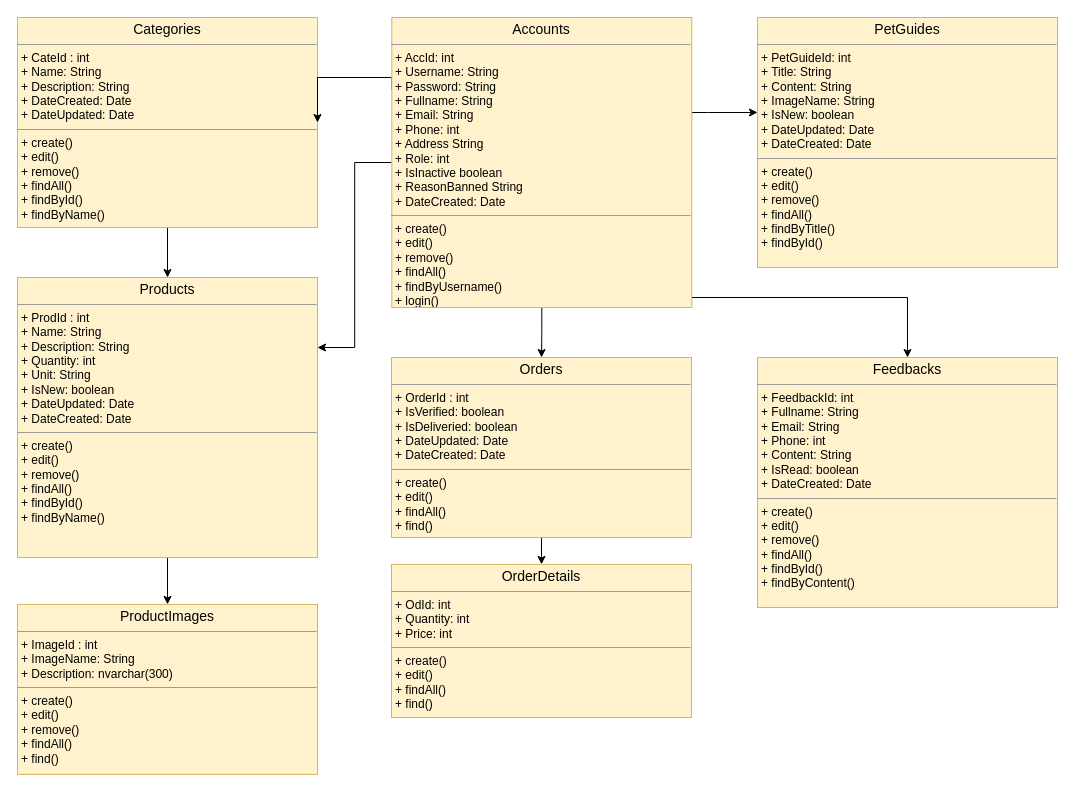
duyphuong403/PetCare keeps this draw.io diagram as page "Class Diagram" (4 of 6) of Documents/Diagrams/Overrall-Design.drawio. Above is the earlier version. Source tidied: cells renumbered, new cells numbered last; positions are measured from the earlier drawing's top-left corner, leaving out a move shared by most shapes. Both pictures are drawn from the tidied source at 100%, with x=0, y=0 at pixel (17, 17).
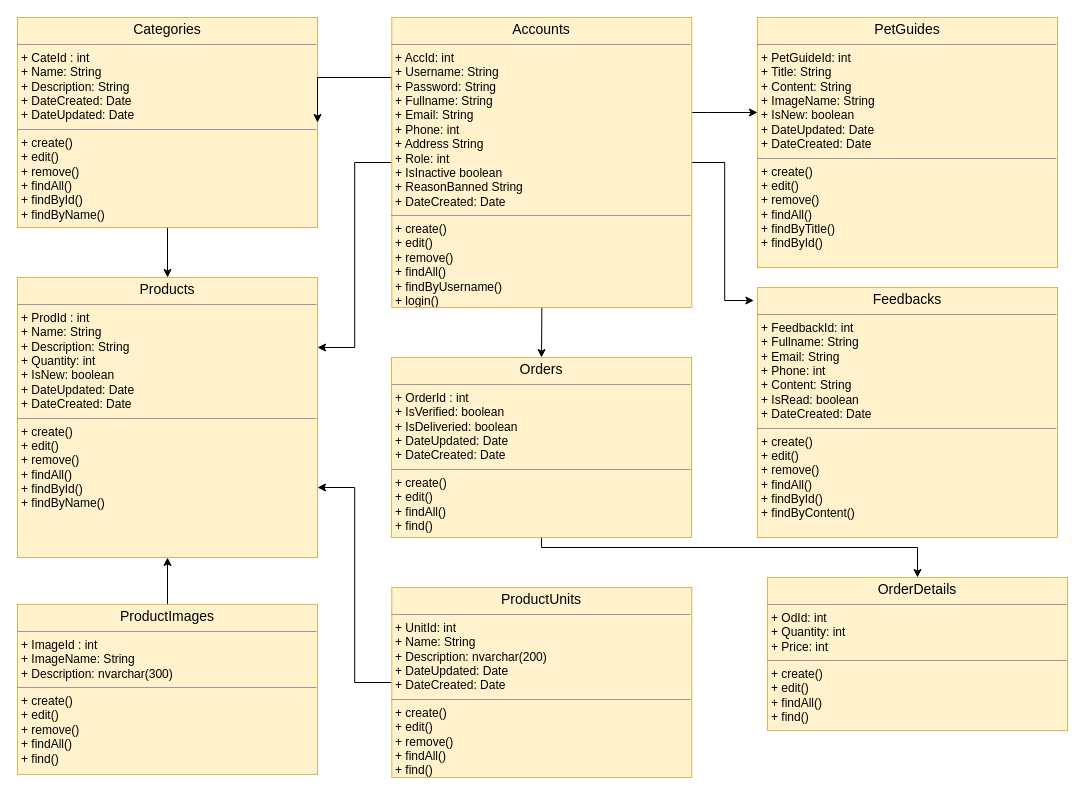
After the change.

The change refers to these unchanged cells:
```xml
<mxCell id="2" value="&lt;p style=&quot;margin: 0px ; margin-top: 4px ; text-align: center&quot;&gt;&lt;span style=&quot;font-size: 14px&quot;&gt;ProductImages&lt;/span&gt;&lt;br&gt;&lt;/p&gt;&lt;hr size=&quot;1&quot;&gt;&lt;p style=&quot;margin: 0px ; margin-left: 4px&quot;&gt;+ ImageId : int&lt;br&gt;+ ImageName: String&lt;/p&gt;&lt;p style=&quot;margin: 0px ; margin-left: 4px&quot;&gt;+ Description: nvarchar(300)&lt;/p&gt;&lt;hr size=&quot;1&quot;&gt;&lt;p style=&quot;margin: 0px 0px 0px 4px&quot;&gt;+ create()&lt;/p&gt;&lt;p style=&quot;margin: 0px 0px 0px 4px&quot;&gt;+ edit()&lt;/p&gt;&lt;p style=&quot;margin: 0px 0px 0px 4px&quot;&gt;+ remove()&lt;/p&gt;&lt;p style=&quot;margin: 0px 0px 0px 4px&quot;&gt;+ findAll()&lt;/p&gt;&lt;p style=&quot;margin: 0px 0px 0px 4px&quot;&gt;+ find()&lt;/p&gt;" style="verticalAlign=top;align=left;overflow=fill;fontSize=12;fontFamily=Helvetica;html=1;fillColor=#fff2cc;strokeColor=#d6b656;gradientDirection=north;" parent="1" vertex="1">
  <mxGeometry y="586.9" width="300" height="170" as="geometry" />
</mxCell>
<mxCell id="5" value="&lt;p style=&quot;margin: 0px ; margin-top: 4px ; text-align: center&quot;&gt;&lt;span style=&quot;font-size: 14px&quot;&gt;Orders&lt;/span&gt;&lt;br&gt;&lt;/p&gt;&lt;hr size=&quot;1&quot;&gt;&lt;p style=&quot;margin: 0px ; margin-left: 4px&quot;&gt;+ OrderId : int&lt;br&gt;&lt;/p&gt;&lt;p style=&quot;margin: 0px ; margin-left: 4px&quot;&gt;+ IsVerified: boolean&lt;/p&gt;&lt;p style=&quot;margin: 0px 0px 0px 4px&quot;&gt;+ IsDeliveried: boolean&lt;/p&gt;&lt;p style=&quot;margin: 0px 0px 0px 4px&quot;&gt;+ DateUpdated: Date&lt;/p&gt;&lt;p style=&quot;margin: 0px ; margin-left: 4px&quot;&gt;+ DateCreated: Date&lt;br&gt;&lt;/p&gt;&lt;hr size=&quot;1&quot;&gt;&lt;p style=&quot;margin: 0px 0px 0px 4px&quot;&gt;+ create()&lt;/p&gt;&lt;p style=&quot;margin: 0px 0px 0px 4px&quot;&gt;+ edit()&lt;/p&gt;&lt;p style=&quot;margin: 0px 0px 0px 4px&quot;&gt;+ findAll()&lt;/p&gt;&lt;p style=&quot;margin: 0px 0px 0px 4px&quot;&gt;+ find()&lt;/p&gt;" style="verticalAlign=top;align=left;overflow=fill;fontSize=12;fontFamily=Helvetica;html=1;fillColor=#fff2cc;strokeColor=#d6b656;gradientDirection=north;" parent="1" vertex="1">
  <mxGeometry x="374" y="340" width="300" height="180" as="geometry" />
</mxCell>
<mxCell id="13" value="&lt;p style=&quot;margin: 0px ; margin-top: 4px ; text-align: center&quot;&gt;&lt;span style=&quot;font-size: 14px&quot;&gt;Accounts&lt;/span&gt;&lt;/p&gt;&lt;hr size=&quot;1&quot;&gt;&lt;p style=&quot;margin: 0px ; margin-left: 4px&quot;&gt;+ AccId: int&lt;br&gt;+ Username: String&lt;/p&gt;&lt;p style=&quot;margin: 0px ; margin-left: 4px&quot;&gt;+ Password: String&lt;/p&gt;&lt;p style=&quot;margin: 0px ; margin-left: 4px&quot;&gt;+ Fullname: String&lt;/p&gt;&lt;p style=&quot;margin: 0px ; margin-left: 4px&quot;&gt;+ Email: String&lt;/p&gt;&lt;p style=&quot;margin: 0px ; margin-left: 4px&quot;&gt;+ Phone: int&lt;/p&gt;&lt;p style=&quot;margin: 0px ; margin-left: 4px&quot;&gt;+ Address String&lt;/p&gt;&lt;p style=&quot;margin: 0px ; margin-left: 4px&quot;&gt;+ Role: int&lt;/p&gt;&lt;p style=&quot;margin: 0px ; margin-left: 4px&quot;&gt;+ IsInactive boolean&lt;/p&gt;&lt;p style=&quot;margin: 0px ; margin-left: 4px&quot;&gt;+ ReasonBanned String&lt;/p&gt;&lt;p style=&quot;margin: 0px ; margin-left: 4px&quot;&gt;+ DateCreated: Date&lt;br&gt;&lt;/p&gt;&lt;hr size=&quot;1&quot;&gt;&lt;p style=&quot;margin: 0px ; margin-left: 4px&quot;&gt;+ create()&lt;/p&gt;&lt;p style=&quot;margin: 0px ; margin-left: 4px&quot;&gt;+ edit()&lt;/p&gt;&lt;p style=&quot;margin: 0px ; margin-left: 4px&quot;&gt;+ remove()&lt;/p&gt;&lt;p style=&quot;margin: 0px ; margin-left: 4px&quot;&gt;+ findAll()&lt;/p&gt;&lt;p style=&quot;margin: 0px ; margin-left: 4px&quot;&gt;+ findByUsername()&lt;/p&gt;&lt;p style=&quot;margin: 0px ; margin-left: 4px&quot;&gt;+ login()&lt;/p&gt;" style="verticalAlign=top;align=left;overflow=fill;fontSize=12;fontFamily=Helvetica;html=1;fillColor=#fff2cc;strokeColor=#d6b656;gradientDirection=north;" parent="1" vertex="1">
  <mxGeometry x="374.3" width="300" height="290" as="geometry" />
</mxCell>
```

What changed in the source:
```diff
@@
+    <mxCell id="18" style="edgeStyle=orthogonalEdgeStyle;rounded=0;jettySize=auto;html=1;entryX=0.5;entryY=1;entryDx=0;entryDy=0;" parent="1" edge="1" source="2" target="15">
+      <mxGeometry relative="1" as="geometry" />
+    </mxCell>
@@
     <mxCell id="3" value="&lt;p style=&quot;margin: 0px ; margin-top: 4px ; text-align: center&quot;&gt;&lt;span style=&quot;font-size: 14px&quot;&gt;OrderDetails&lt;/span&gt;&lt;/p&gt;&lt;hr size=&quot;1&quot;&gt;&lt;p style=&quot;margin: 0px ; margin-left: 4px&quot;&gt;+ OdId: int&lt;br&gt;+ Quantity: int&lt;/p&gt;&lt;p style=&quot;margin: 0px ; margin-left: 4px&quot;&gt;+ Price: int&lt;/p&gt;&lt;hr size=&quot;1&quot;&gt;&lt;p style=&quot;margin: 0px 0px 0px 4px&quot;&gt;+ create()&lt;/p&gt;&lt;p style=&quot;margin: 0px 0px 0px 4px&quot;&gt;+ edit()&lt;/p&gt;&lt;p style=&quot;margin: 0px 0px 0px 4px&quot;&gt;&lt;span&gt;+ findAll()&lt;/span&gt;&lt;br&gt;&lt;/p&gt;&lt;p style=&quot;margin: 0px 0px 0px 4px&quot;&gt;+ find()&lt;/p&gt;" style="verticalAlign=top;align=left;overflow=fill;fontSize=12;fontFamily=Helvetica;html=1;fillColor=#fff2cc;strokeColor=#d6b656;gradientDirection=north;" parent="1" vertex="1">
-      <mxGeometry x="374" y="546.9" width="300" height="153.1" as="geometry" />
+      <mxGeometry x="750" y="560" width="300" height="153.1" as="geometry" />
     </mxCell>
     <mxCell id="4" style="edgeStyle=orthogonalEdgeStyle;rounded=0;jettySize=auto;html=1;entryX=0.5;entryY=0;entryDx=0;entryDy=0;" parent="1" edge="1" source="5" target="3">
-      <mxGeometry relative="1" as="geometry" />
+      <mxGeometry relative="1" as="geometry">
+        <Array as="points">
+          <mxPoint x="524" y="530" />
+          <mxPoint x="900" y="530" />
+        </Array>
+      </mxGeometry>
     </mxCell>
@@
-    <mxCell id="10" style="edgeStyle=orthogonalEdgeStyle;rounded=0;jettySize=auto;html=1;entryX=0.5;entryY=0;entryDx=0;entryDy=0;" parent="1" edge="1" source="13" target="16">
-      <mxGeometry relative="1" as="geometry">
-        <Array as="points">
-          <mxPoint x="890" y="280" />
-        </Array>
-      </mxGeometry>
-    </mxCell>
     <mxCell id="11" style="edgeStyle=orthogonalEdgeStyle;rounded=0;jettySize=auto;html=1;entryX=0.5;entryY=0;entryDx=0;entryDy=0;" parent="1" edge="1" source="13" target="5">
-      <mxGeometry relative="1" as="geometry" />
+      <mxGeometry relative="1" as="geometry">
+        <Array as="points">
+          <mxPoint x="524" y="300" />
+          <mxPoint x="524" y="300" />
+        </Array>
+      </mxGeometry>
     </mxCell>
@@
+    <mxCell id="10" style="edgeStyle=orthogonalEdgeStyle;rounded=0;jettySize=auto;html=1;entryX=-0.012;entryY=0.052;entryDx=0;entryDy=0;entryPerimeter=0;" parent="1" edge="1" source="13" target="16">
+      <mxGeometry relative="1" as="geometry" />
+    </mxCell>
@@
-    <mxCell id="14" style="edgeStyle=orthogonalEdgeStyle;rounded=0;jettySize=auto;html=1;entryX=0.5;entryY=0;entryDx=0;entryDy=0;" parent="1" edge="1" source="15" target="2">
-      <mxGeometry relative="1" as="geometry" />
-    </mxCell>
-    <mxCell id="15" value="&lt;p style=&quot;margin: 0px ; margin-top: 4px ; text-align: center&quot;&gt;&lt;span style=&quot;font-size: 14px&quot;&gt;Products&lt;/span&gt;&lt;br&gt;&lt;/p&gt;&lt;hr size=&quot;1&quot;&gt;&lt;p style=&quot;margin: 0px ; margin-left: 4px&quot;&gt;+ ProdId : int&lt;br&gt;+ Name: String&lt;/p&gt;&lt;p style=&quot;margin: 0px ; margin-left: 4px&quot;&gt;+ Description: String&lt;/p&gt;&lt;p style=&quot;margin: 0px ; margin-left: 4px&quot;&gt;+ Quantity: int&lt;/p&gt;&lt;p style=&quot;margin: 0px ; margin-left: 4px&quot;&gt;+ Unit: String&lt;/p&gt;&lt;p style=&quot;margin: 0px ; margin-left: 4px&quot;&gt;+ IsNew: boolean&lt;/p&gt;&lt;p style=&quot;margin: 0px 0px 0px 4px&quot;&gt;&lt;span&gt;+ DateUpdated: Date&lt;/span&gt;&lt;/p&gt;&lt;p style=&quot;margin: 0px 0px 0px 4px&quot;&gt;&lt;span&gt;+ DateCreated: Date&lt;/span&gt;&lt;/p&gt;&lt;hr size=&quot;1&quot;&gt;&lt;p style=&quot;margin: 0px 0px 0px 4px&quot;&gt;+ create()&lt;/p&gt;&lt;p style=&quot;margin: 0px 0px 0px 4px&quot;&gt;+ edit()&lt;/p&gt;&lt;p style=&quot;margin: 0px 0px 0px 4px&quot;&gt;+ remove()&lt;/p&gt;&lt;p style=&quot;margin: 0px 0px 0px 4px&quot;&gt;+ findAll()&lt;/p&gt;&lt;p style=&quot;margin: 0px 0px 0px 4px&quot;&gt;+ findById()&lt;/p&gt;&lt;p style=&quot;margin: 0px 0px 0px 4px&quot;&gt;+ findByName()&lt;/p&gt;" style="verticalAlign=top;align=left;overflow=fill;fontSize=12;fontFamily=Helvetica;html=1;fillColor=#fff2cc;strokeColor=#d6b656;gradientDirection=north;" parent="1" vertex="1">
+    <mxCell id="15" value="&lt;p style=&quot;margin: 0px ; margin-top: 4px ; text-align: center&quot;&gt;&lt;span style=&quot;font-size: 14px&quot;&gt;Products&lt;/span&gt;&lt;br&gt;&lt;/p&gt;&lt;hr size=&quot;1&quot;&gt;&lt;p style=&quot;margin: 0px ; margin-left: 4px&quot;&gt;+ ProdId : int&lt;br&gt;+ Name: String&lt;/p&gt;&lt;p style=&quot;margin: 0px ; margin-left: 4px&quot;&gt;+ Description: String&lt;/p&gt;&lt;p style=&quot;margin: 0px ; margin-left: 4px&quot;&gt;+ Quantity: int&lt;/p&gt;&lt;p style=&quot;margin: 0px ; margin-left: 4px&quot;&gt;+ IsNew: boolean&lt;/p&gt;&lt;p style=&quot;margin: 0px 0px 0px 4px&quot;&gt;&lt;span&gt;+ DateUpdated: Date&lt;/span&gt;&lt;/p&gt;&lt;p style=&quot;margin: 0px 0px 0px 4px&quot;&gt;&lt;span&gt;+ DateCreated: Date&lt;/span&gt;&lt;/p&gt;&lt;hr size=&quot;1&quot;&gt;&lt;p style=&quot;margin: 0px 0px 0px 4px&quot;&gt;+ create()&lt;/p&gt;&lt;p style=&quot;margin: 0px 0px 0px 4px&quot;&gt;+ edit()&lt;/p&gt;&lt;p style=&quot;margin: 0px 0px 0px 4px&quot;&gt;+ remove()&lt;/p&gt;&lt;p style=&quot;margin: 0px 0px 0px 4px&quot;&gt;+ findAll()&lt;/p&gt;&lt;p style=&quot;margin: 0px 0px 0px 4px&quot;&gt;+ findById()&lt;/p&gt;&lt;p style=&quot;margin: 0px 0px 0px 4px&quot;&gt;+ findByName()&lt;/p&gt;" style="verticalAlign=top;align=left;overflow=fill;fontSize=12;fontFamily=Helvetica;html=1;fillColor=#fff2cc;strokeColor=#d6b656;gradientDirection=north;" parent="1" vertex="1">
       <mxGeometry y="260" width="300" height="280" as="geometry" />
     </mxCell>
     <mxCell id="16" value="&lt;p style=&quot;margin: 0px ; margin-top: 4px ; text-align: center&quot;&gt;&lt;span style=&quot;font-size: 14px&quot;&gt;Feedbacks&lt;/span&gt;&lt;/p&gt;&lt;hr size=&quot;1&quot;&gt;&lt;p style=&quot;margin: 0px ; margin-left: 4px&quot;&gt;+ FeedbackId: int&lt;br&gt;+ Fullname: String&lt;/p&gt;&lt;p style=&quot;margin: 0px ; margin-left: 4px&quot;&gt;+ Email: String&lt;/p&gt;&lt;p style=&quot;margin: 0px ; margin-left: 4px&quot;&gt;+ Phone: int&lt;/p&gt;&lt;p style=&quot;margin: 0px ; margin-left: 4px&quot;&gt;+ Content: String&lt;/p&gt;&lt;p style=&quot;margin: 0px ; margin-left: 4px&quot;&gt;+ IsRead: boolean&lt;/p&gt;&lt;p style=&quot;margin: 0px ; margin-left: 4px&quot;&gt;+ DateCreated: Date&lt;/p&gt;&lt;hr size=&quot;1&quot;&gt;&lt;p style=&quot;margin: 0px 0px 0px 4px&quot;&gt;+ create()&lt;/p&gt;&lt;p style=&quot;margin: 0px 0px 0px 4px&quot;&gt;+ edit()&lt;/p&gt;&lt;p style=&quot;margin: 0px 0px 0px 4px&quot;&gt;+ remove()&lt;/p&gt;&lt;p style=&quot;margin: 0px 0px 0px 4px&quot;&gt;+ findAll()&lt;/p&gt;&lt;p style=&quot;margin: 0px 0px 0px 4px&quot;&gt;+ findById()&lt;br&gt;&lt;/p&gt;&lt;p style=&quot;margin: 0px 0px 0px 4px&quot;&gt;+ findByContent()&lt;/p&gt;" style="verticalAlign=top;align=left;overflow=fill;fontSize=12;fontFamily=Helvetica;html=1;fillColor=#fff2cc;strokeColor=#d6b656;gradientDirection=north;" parent="1" vertex="1">
-      <mxGeometry x="740" y="340" width="300" height="250" as="geometry" />
+      <mxGeometry x="740" y="270" width="300" height="250" as="geometry" />
     </mxCell>
@@
+    <mxCell id="19" style="edgeStyle=orthogonalEdgeStyle;rounded=0;jettySize=auto;html=1;entryX=1;entryY=0.75;entryDx=0;entryDy=0;" parent="1" edge="1" source="20" target="15">
+      <mxGeometry relative="1" as="geometry" />
+    </mxCell>
+    <mxCell id="20" value="&lt;p style=&quot;margin: 0px ; margin-top: 4px ; text-align: center&quot;&gt;&lt;span style=&quot;font-size: 14px&quot;&gt;ProductUnits&lt;/span&gt;&lt;br&gt;&lt;/p&gt;&lt;hr size=&quot;1&quot;&gt;&lt;p style=&quot;margin: 0px ; margin-left: 4px&quot;&gt;+ UnitId: int&lt;br&gt;+ Name: String&lt;/p&gt;&lt;p style=&quot;margin: 0px ; margin-left: 4px&quot;&gt;+ Description: nvarchar(200)&lt;/p&gt;&lt;p style=&quot;margin: 0px 0px 0px 4px&quot;&gt;+ DateUpdated: Date&lt;/p&gt;&lt;p style=&quot;margin: 0px 0px 0px 4px&quot;&gt;+ DateCreated: Date&lt;/p&gt;&lt;hr size=&quot;1&quot;&gt;&lt;p style=&quot;margin: 0px 0px 0px 4px&quot;&gt;+ create()&lt;/p&gt;&lt;p style=&quot;margin: 0px 0px 0px 4px&quot;&gt;+ edit()&lt;/p&gt;&lt;p style=&quot;margin: 0px 0px 0px 4px&quot;&gt;+ remove()&lt;/p&gt;&lt;p style=&quot;margin: 0px 0px 0px 4px&quot;&gt;+ findAll()&lt;/p&gt;&lt;p style=&quot;margin: 0px 0px 0px 4px&quot;&gt;+ find()&lt;/p&gt;" style="verticalAlign=top;align=left;overflow=fill;fontSize=12;fontFamily=Helvetica;html=1;fillColor=#fff2cc;strokeColor=#d6b656;gradientDirection=north;" parent="1" vertex="1">
+      <mxGeometry x="374.3" y="570" width="300" height="190" as="geometry" />
+    </mxCell>
```
